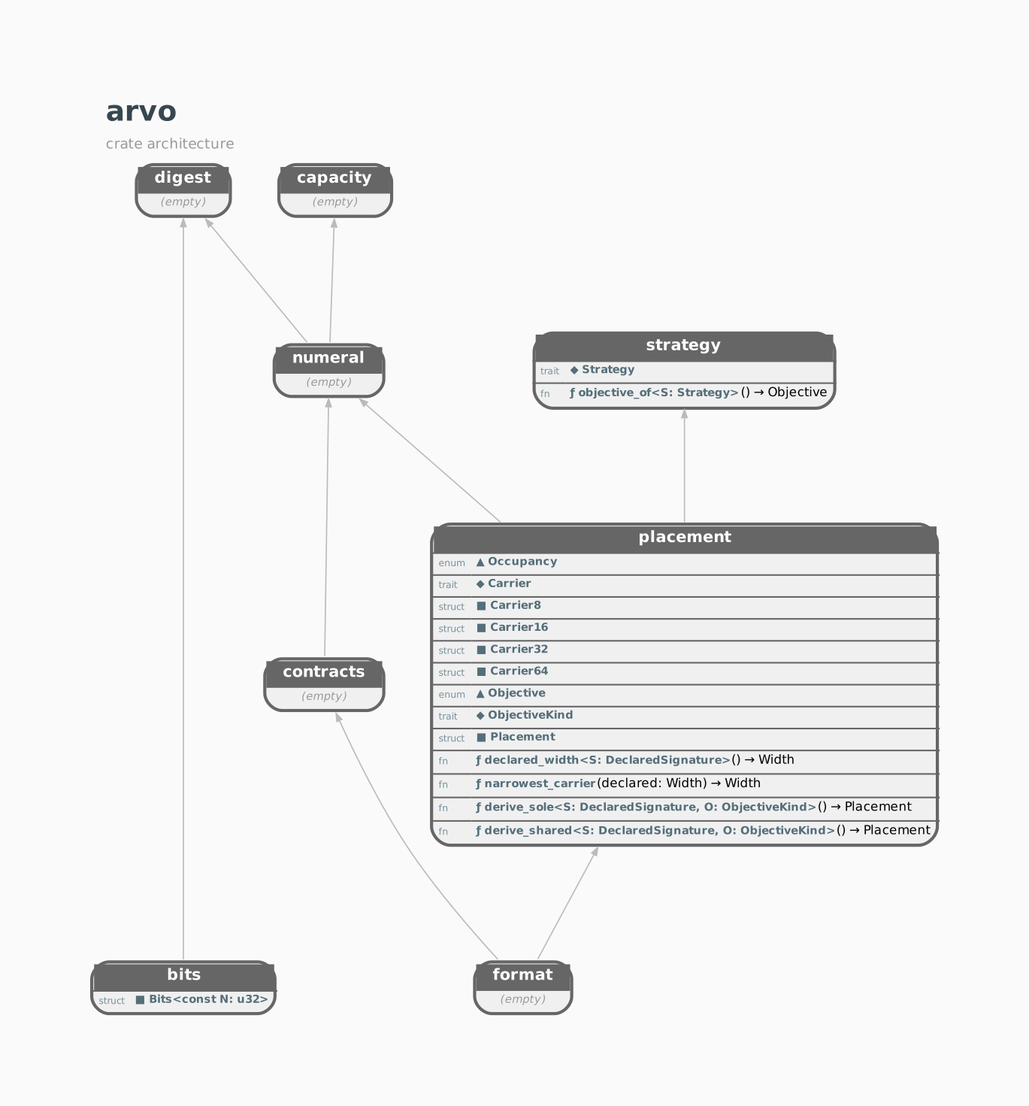
orgrinrt/arvo keeps this Graphviz diagram as docs/STRUCTURE.GRAPH.png. Above is the earlier version. Its source is kept beside it as docs/STRUCTURE.GRAPH.dot.
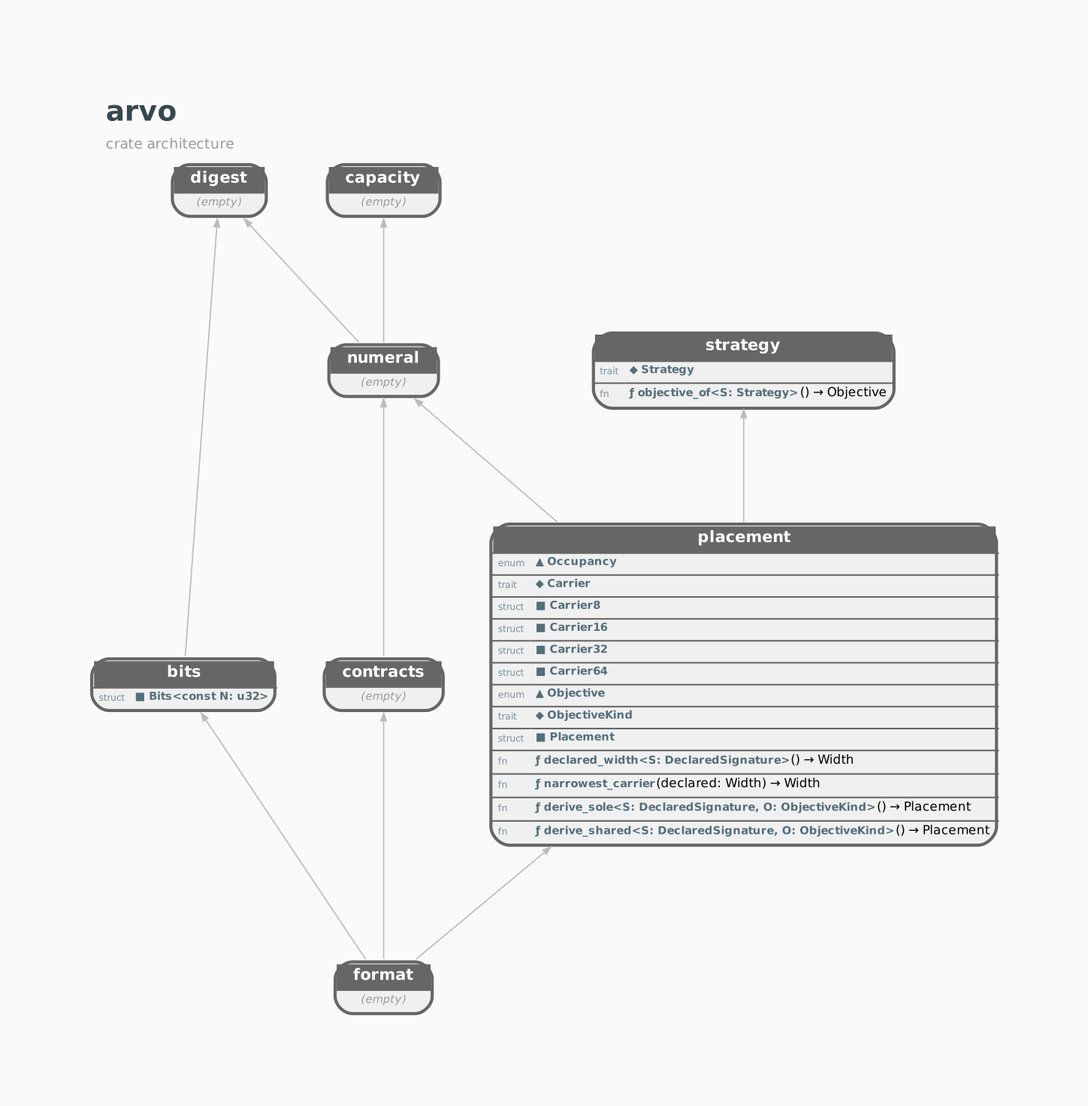
Later version of the same file.

Change to the diagram source:
```diff
@@ -20,12 +20,13 @@
     arvo_placement [shape=none, margin=0, label=<<TABLE BORDER="2" CELLBORDER="0" CELLSPACING="0" CELLPADDING="3" BGCOLOR="#F0F0F0" COLOR="#666666" STYLE="ROUNDED"><TR><TD COLSPAN="2" BGCOLOR="#666666" ALIGN="CENTER"><FONT COLOR="white" POINT-SIZE="10"><B>  placement  </B></FONT></TD></TR><HR/><TR><TD ALIGN="LEFT"><FONT COLOR="#78909C" POINT-SIZE="6">enum</FONT></TD><TD ALIGN="LEFT" PORT="p_Occupancy"><FONT COLOR="#546E7A" POINT-SIZE="7"><B>▲ Occupancy</B></FONT></TD></TR><HR/><TR><TD ALIGN="LEFT"><FONT COLOR="#78909C" POINT-SIZE="6">trait</FONT></TD><TD ALIGN="LEFT" PORT="p_Carrier"><FONT COLOR="#546E7A" POINT-SIZE="7"><B>◆ Carrier</B></FONT></TD></TR><HR/><TR><TD ALIGN="LEFT"><FONT COLOR="#78909C" POINT-SIZE="6">struct</FONT></TD><TD ALIGN="LEFT" PORT="p_Carrier8"><FONT COLOR="#546E7A" POINT-SIZE="7"><B>■ Carrier8</B></FONT></TD></TR><HR/><TR><TD ALIGN="LEFT"><FONT COLOR="#78909C" POINT-SIZE="6">struct</FONT></TD><TD ALIGN="LEFT" PORT="p_Carrier16"><FONT COLOR="#546E7A" POINT-SIZE="7"><B>■ Carrier16</B></FONT></TD></TR><HR/><TR><TD ALIGN="LEFT"><FONT COLOR="#78909C" POINT-SIZE="6">struct</FONT></TD><TD ALIGN="LEFT" PORT="p_Carrier32"><FONT COLOR="#546E7A" POINT-SIZE="7"><B>■ Carrier32</B></FONT></TD></TR><HR/><TR><TD ALIGN="LEFT"><FONT COLOR="#78909C" POINT-SIZE="6">struct</FONT></TD><TD ALIGN="LEFT" PORT="p_Carrier64"><FONT COLOR="#546E7A" POINT-SIZE="7"><B>■ Carrier64</B></FONT></TD></TR><HR/><TR><TD ALIGN="LEFT"><FONT COLOR="#78909C" POINT-SIZE="6">enum</FONT></TD><TD ALIGN="LEFT" PORT="p_Objective"><FONT COLOR="#546E7A" POINT-SIZE="7"><B>▲ Objective</B></FONT></TD></TR><HR/><TR><TD ALIGN="LEFT"><FONT COLOR="#78909C" POINT-SIZE="6">trait</FONT></TD><TD ALIGN="LEFT" PORT="p_ObjectiveKind"><FONT COLOR="#546E7A" POINT-SIZE="7"><B>◆ ObjectiveKind</B></FONT></TD></TR><HR/><TR><TD ALIGN="LEFT"><FONT COLOR="#78909C" POINT-SIZE="6">struct</FONT></TD><TD ALIGN="LEFT" PORT="p_Placement"><FONT COLOR="#546E7A" POINT-SIZE="7"><B>■ Placement</B></FONT></TD></TR><HR/><TR><TD ALIGN="LEFT"><FONT COLOR="#78909C" POINT-SIZE="6">fn</FONT></TD><TD ALIGN="LEFT" PORT="p_declared_width"><FONT COLOR="#546E7A" POINT-SIZE="7"><B>ƒ declared_width&lt;S: DeclaredSignature&gt;</B></FONT>() → Width</TD></TR><HR/><TR><TD ALIGN="LEFT"><FONT COLOR="#78909C" POINT-SIZE="6">fn</FONT></TD><TD ALIGN="LEFT" PORT="p_narrowest_carrier"><FONT COLOR="#546E7A" POINT-SIZE="7"><B>ƒ narrowest_carrier</B></FONT>(declared: Width) → Width</TD></TR><HR/><TR><TD ALIGN="LEFT"><FONT COLOR="#78909C" POINT-SIZE="6">fn</FONT></TD><TD ALIGN="LEFT" PORT="p_derive_sole"><FONT COLOR="#546E7A" POINT-SIZE="7"><B>ƒ derive_sole&lt;S: DeclaredSignature, O: ObjectiveKind&gt;</B></FONT>() → Placement</TD></TR><HR/><TR><TD ALIGN="LEFT"><FONT COLOR="#78909C" POINT-SIZE="6">fn</FONT></TD><TD ALIGN="LEFT" PORT="p_derive_shared"><FONT COLOR="#546E7A" POINT-SIZE="7"><B>ƒ derive_shared&lt;S: DeclaredSignature, O: ObjectiveKind&gt;</B></FONT>() → Placement</TD></TR></TABLE>>];
     arvo_strategy [shape=none, margin=0, label=<<TABLE BORDER="2" CELLBORDER="0" CELLSPACING="0" CELLPADDING="3" BGCOLOR="#F0F0F0" COLOR="#666666" STYLE="ROUNDED"><TR><TD COLSPAN="2" BGCOLOR="#666666" ALIGN="CENTER"><FONT COLOR="white" POINT-SIZE="10"><B>  strategy  </B></FONT></TD></TR><HR/><TR><TD ALIGN="LEFT"><FONT COLOR="#78909C" POINT-SIZE="6">trait</FONT></TD><TD ALIGN="LEFT" PORT="p_Strategy"><FONT COLOR="#546E7A" POINT-SIZE="7"><B>◆ Strategy</B></FONT></TD></TR><HR/><TR><TD ALIGN="LEFT"><FONT COLOR="#78909C" POINT-SIZE="6">fn</FONT></TD><TD ALIGN="LEFT" PORT="p_objective_of"><FONT COLOR="#546E7A" POINT-SIZE="7"><B>ƒ objective_of&lt;S: Strategy&gt;</B></FONT>() → Objective</TD></TR></TABLE>>];
 
-    { rank=same; arvo_bits; arvo_format; } // depth 0
-    { rank=same; arvo_contracts; arvo_placement; } // depth 1
+    { rank=same; arvo_format; } // depth 0
+    { rank=same; arvo_bits; arvo_contracts; arvo_placement; } // depth 1
     { rank=same; arvo_numeral; arvo_strategy; } // depth 2
     { rank=same; arvo_capacity; arvo_digest; } // depth 3
 
 
+    arvo_format -> arvo_bits;
     arvo_numeral -> arvo_capacity;
     arvo_format -> arvo_contracts;
     arvo_numeral -> arvo_digest;
```
